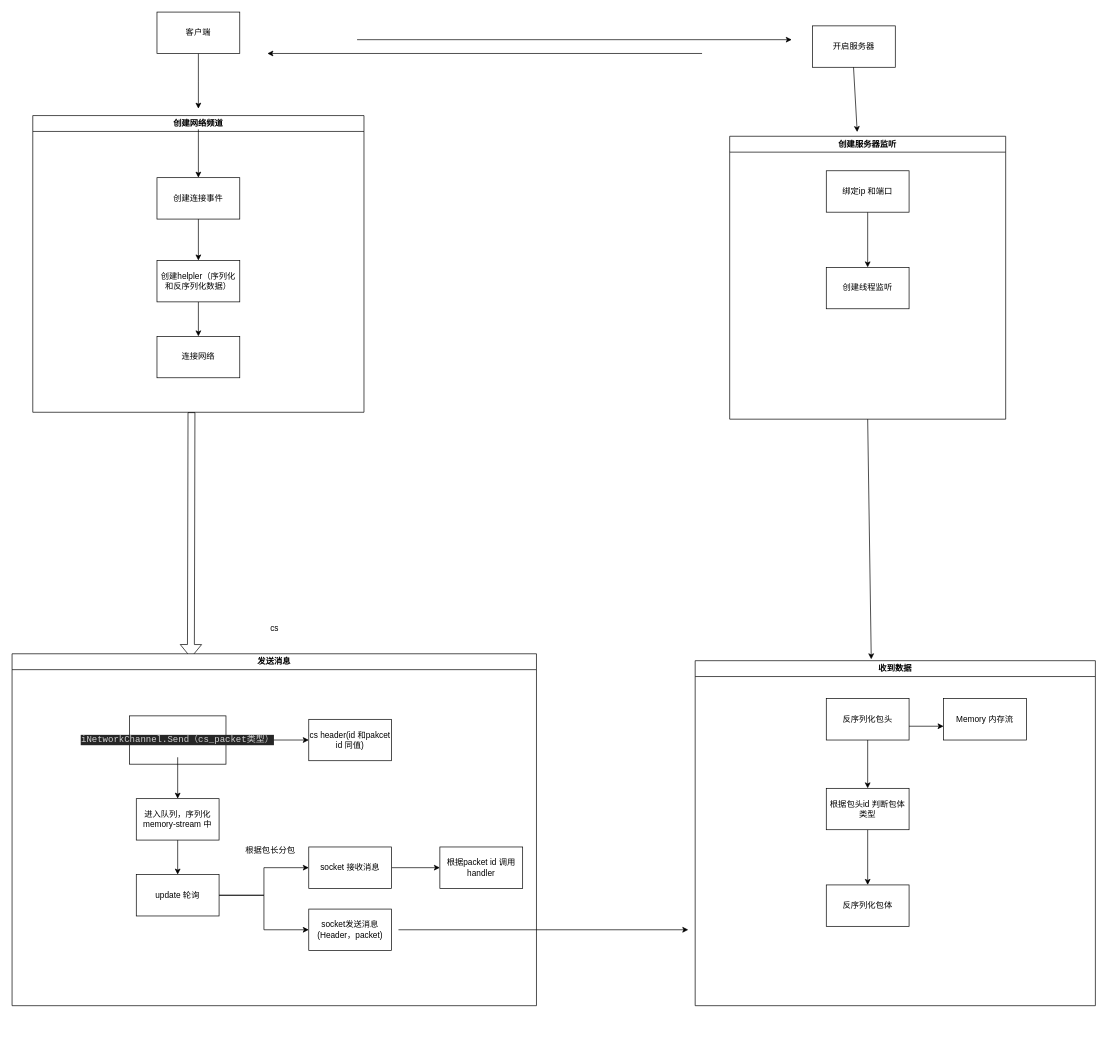
Before: page "网络" (2 of 2) of GameFramework/GF 使用流程.drawio in xzp3094997376/DrawIO, a draw.io diagram. Source tidied: cells renumbered, new cells numbered last; positions are measured from the earlier drawing's top-left corner, leaving out a move shared by most shapes. Both pictures are drawn from the tidied source at 69%, with x=0, y=0 at pixel (12, 12).
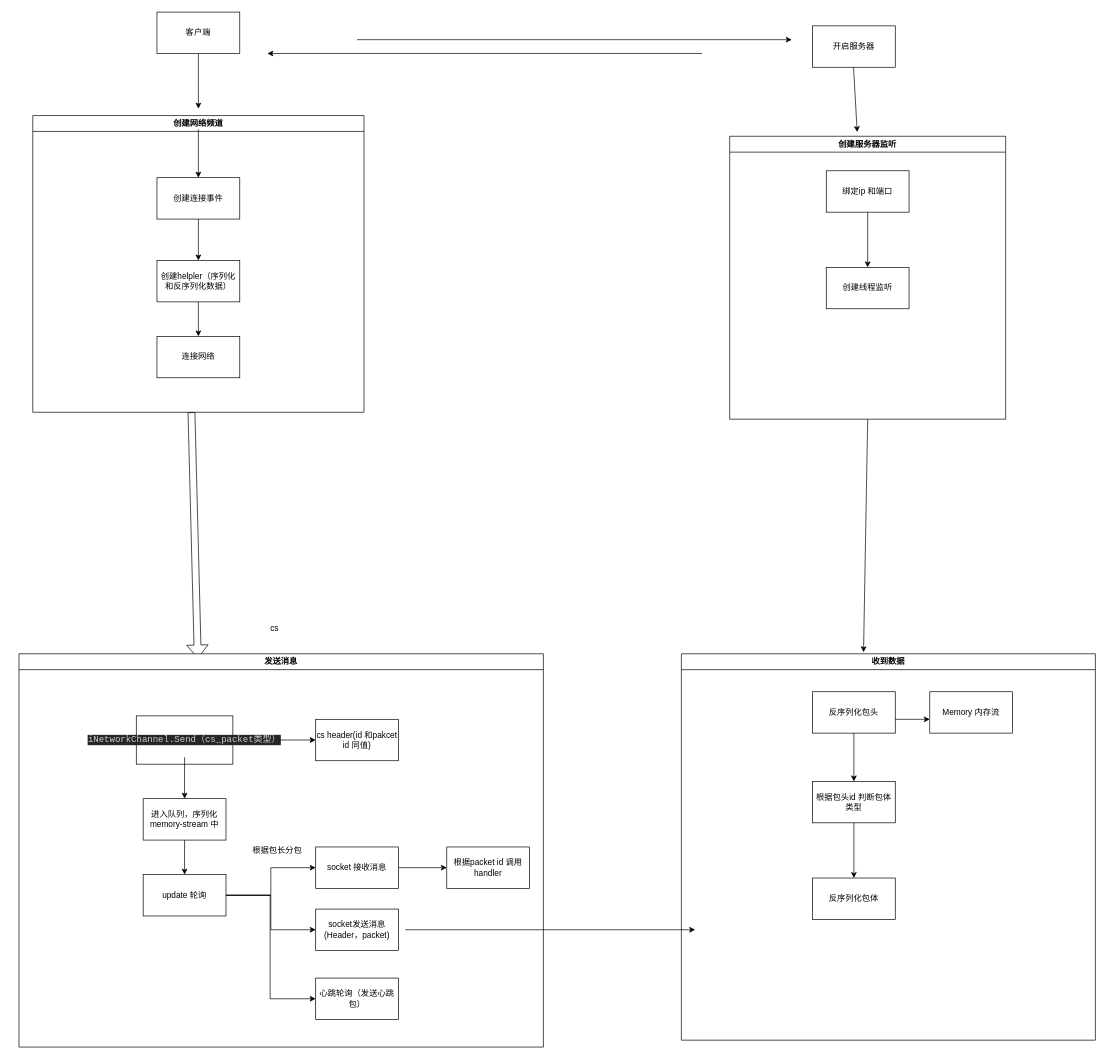
The same page after the edit.

Commit message:
更新GF 使用流程.drawio

Unchanged cells that the change refers to:
```xml
<mxCell id="23" value="update 轮询" style="whiteSpace=wrap;html=1;" parent="15" vertex="1">
  <mxGeometry x="180" y="320" width="120" height="60" as="geometry" />
</mxCell>
```

Diff of the diagram source:
```diff
@@
     <mxCell id="15" value="发送消息" style="swimlane;whiteSpace=wrap;html=1;" parent="1" vertex="1">
-      <mxGeometry y="930" width="760" height="510" as="geometry" />
+      <mxGeometry x="10" y="930" width="760" height="570" as="geometry" />
     </mxCell>
@@
+    <mxCell id="46" style="edgeStyle=orthogonalEdgeStyle;rounded=0;jettySize=auto;html=1;" parent="15" edge="1" source="23" target="47">
+      <mxGeometry relative="1" as="geometry">
+        <Array as="points">
+          <mxPoint x="364" y="350" />
+        </Array>
+      </mxGeometry>
+    </mxCell>
@@
+    <mxCell id="47" value="心跳轮询（发送心跳包）" style="whiteSpace=wrap;html=1;" parent="15" vertex="1">
+      <mxGeometry x="430" y="470" width="120" height="60" as="geometry" />
+    </mxCell>
@@
     <mxCell id="38" value="收到数据" style="swimlane;whiteSpace=wrap;html=1;" parent="1" vertex="1">
-      <mxGeometry x="990" y="940" width="580" height="500" as="geometry" />
+      <mxGeometry x="970" y="930" width="600" height="560" as="geometry" />
     </mxCell>
```
